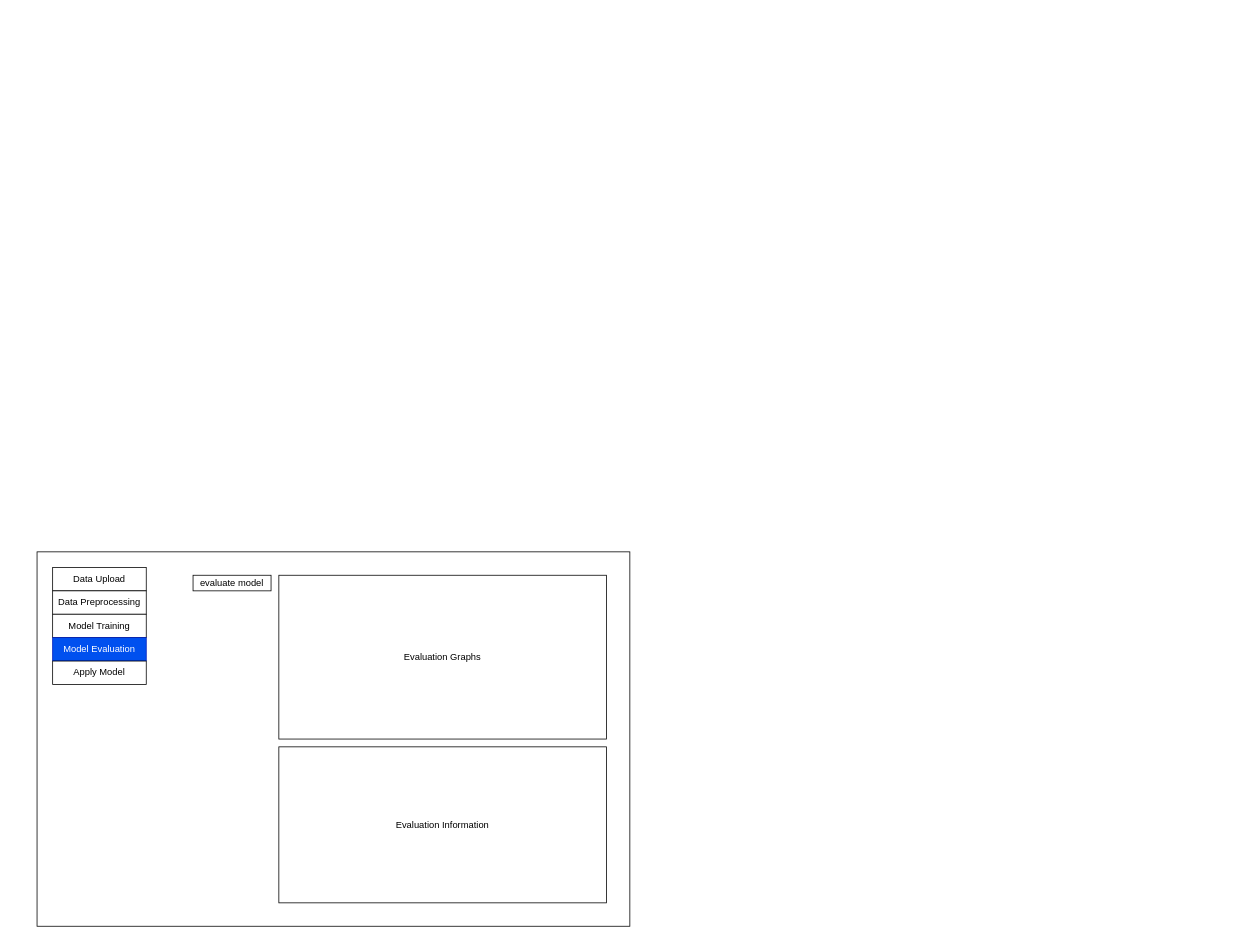
Above: page "Model Evaluation" (4 of 5) of Wireframe_WE.drawio in Peetee06/tnyML (draw.io), before the change. Source tidied: cells renumbered, new cells numbered last; positions are measured from the earlier drawing's top-left corner, leaving out a move shared by most shapes. Both pictures are drawn from the tidied source at 78%, with x=0, y=0 at pixel (37, 551).
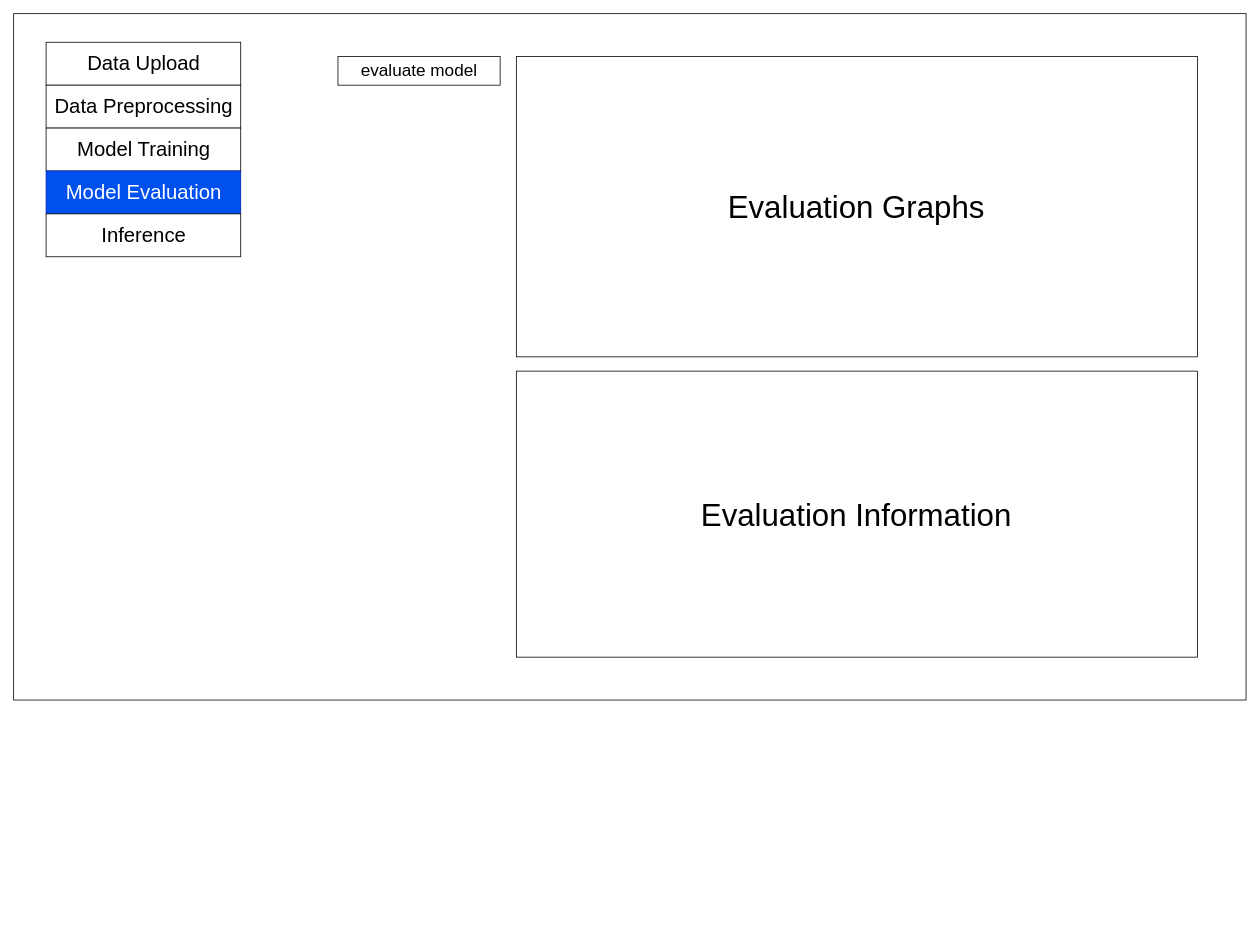
Above is the later version.

Change to the diagram source:
```diff
@@
 <mxGraphModel>
   <root>
     <mxCell id="0" />
     <mxCell id="1" parent="0" />
+    <mxCell id="12" style="group;" parent="1" vertex="1">
+      <mxGeometry x="-30" y="-690" width="1580" height="880" as="geometry" />
+    </mxCell>
-    <mxCell id="2" style="rounded=0;whiteSpace=wrap;html=1;" parent="1" vertex="1">
-      <mxGeometry width="760" height="480" as="geometry" />
+    <mxCell id="2" style="rounded=0;whiteSpace=wrap;html=1;" parent="12" vertex="1">
+      <mxGeometry width="1580" height="880" as="geometry" />
     </mxCell>
-    <mxCell id="3" style="group;" parent="1" vertex="1">
-      <mxGeometry x="20" y="20" width="120" height="150" as="geometry" />
-    </mxCell>
+    <mxCell id="9" value="&lt;font style=&quot;font-size: 40px&quot;&gt;Evaluation Graphs&lt;/font&gt;" style="rounded=0;whiteSpace=wrap;html=1;" parent="12" vertex="1">
+      <mxGeometry x="644.5" y="55" width="873.2" height="385" as="geometry" />
+    </mxCell>
+    <mxCell id="10" value="&lt;font style=&quot;font-size: 22px&quot;&gt;evaluate model&lt;/font&gt;" style="rounded=0;whiteSpace=wrap;html=1;" parent="12" vertex="1">
+      <mxGeometry x="415.8" y="55" width="207.9" height="36.7" as="geometry" />
+    </mxCell>
+    <mxCell id="11" value="&lt;font style=&quot;font-size: 40px&quot;&gt;Evaluation Information&lt;/font&gt;" style="rounded=0;whiteSpace=wrap;html=1;" parent="12" vertex="1">
+      <mxGeometry x="644.5" y="458.3" width="873.2" height="366.7" as="geometry" />
+    </mxCell>
-    <mxCell id="4" value="Data Upload" style="rounded=0;whiteSpace=wrap;html=1;" parent="3" vertex="1">
-      <mxGeometry width="120" height="30" as="geometry" />
+    <mxCell id="4" value="&lt;font style=&quot;font-size: 26px&quot;&gt;Data Upload&lt;/font&gt;" style="rounded=0;whiteSpace=wrap;html=1;" parent="12" vertex="1">
+      <mxGeometry x="41.6" y="36.7" width="249.5" height="55" as="geometry" />
     </mxCell>
-    <mxCell id="5" value="Data Preprocessing" style="rounded=0;whiteSpace=wrap;html=1;" parent="3" vertex="1">
-      <mxGeometry y="30" width="120" height="30" as="geometry" />
+    <mxCell id="5" value="&lt;font style=&quot;font-size: 26px&quot;&gt;Data Preprocessing&lt;/font&gt;" style="rounded=0;whiteSpace=wrap;html=1;" parent="12" vertex="1">
+      <mxGeometry x="41.6" y="91.7" width="249.5" height="55" as="geometry" />
     </mxCell>
-    <mxCell id="6" value="Model Training" style="rounded=0;whiteSpace=wrap;html=1;" parent="3" vertex="1">
-      <mxGeometry y="60" width="120" height="30" as="geometry" />
+    <mxCell id="6" value="&lt;font style=&quot;font-size: 26px&quot;&gt;Model Training&lt;/font&gt;" style="rounded=0;whiteSpace=wrap;html=1;" parent="12" vertex="1">
+      <mxGeometry x="41.6" y="146.7" width="249.5" height="55" as="geometry" />
     </mxCell>
-    <mxCell id="7" value="Model Evaluation" style="rounded=0;whiteSpace=wrap;html=1;fillColor=#0050ef;fontColor=#ffffff;strokeColor=#001DBC;" parent="3" vertex="1">
-      <mxGeometry y="90" width="120" height="30" as="geometry" />
+    <mxCell id="7" value="&lt;font style=&quot;font-size: 26px&quot;&gt;Model Evaluation&lt;/font&gt;" style="rounded=0;whiteSpace=wrap;html=1;fillColor=#0050ef;fontColor=#ffffff;strokeColor=#001DBC;" parent="12" vertex="1">
+      <mxGeometry x="41.6" y="201.7" width="249.5" height="55" as="geometry" />
     </mxCell>
-    <mxCell id="8" value="Apply Model" style="rounded=0;whiteSpace=wrap;html=1;" parent="3" vertex="1">
-      <mxGeometry y="120" width="120" height="30" as="geometry" />
+    <mxCell id="8" value="&lt;font style=&quot;font-size: 26px&quot;&gt;Inference&lt;/font&gt;" style="rounded=0;whiteSpace=wrap;html=1;" parent="12" vertex="1">
+      <mxGeometry x="41.6" y="256.7" width="249.5" height="55" as="geometry" />
     </mxCell>
-    <mxCell id="9" value="Evaluation Graphs" style="rounded=0;whiteSpace=wrap;html=1;" parent="1" vertex="1">
-      <mxGeometry x="310" y="30" width="420" height="210" as="geometry" />
-    </mxCell>
-    <mxCell id="10" value="evaluate model" style="rounded=0;whiteSpace=wrap;html=1;" parent="1" vertex="1">
-      <mxGeometry x="200" y="30" width="100" height="20" as="geometry" />
-    </mxCell>
-    <mxCell id="11" value="Evaluation Information" style="rounded=0;whiteSpace=wrap;html=1;" parent="1" vertex="1">
-      <mxGeometry x="310" y="250" width="420" height="200" as="geometry" />
-    </mxCell>
   </root>
 </mxGraphModel>
```
